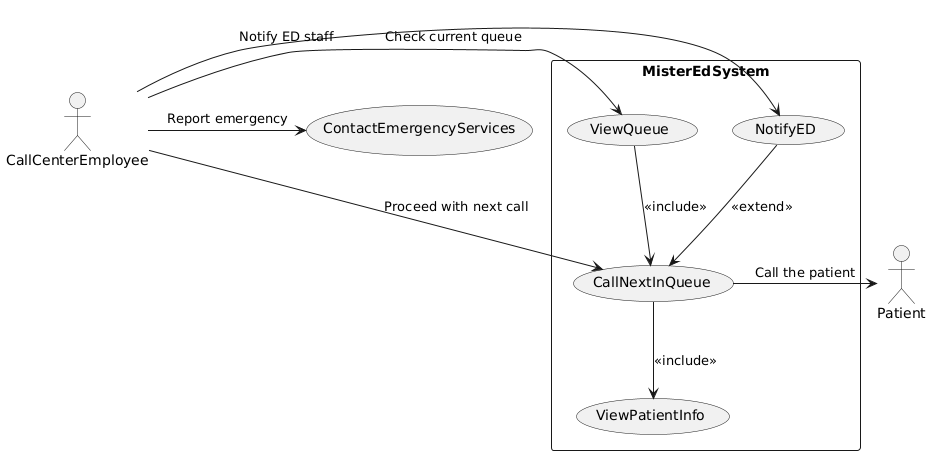
Above: CallCenter_UCD.png in SENG-350-2024-fall/Team7 (PlantUML), before the change.
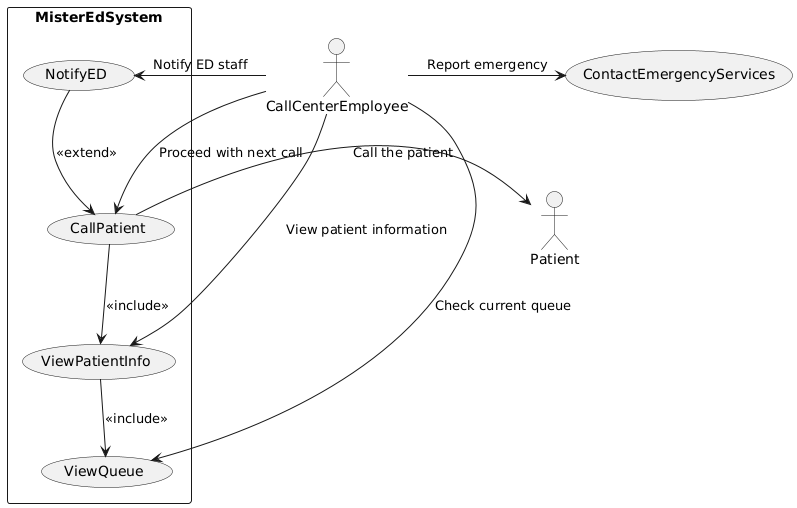
Later version of the same file.

Change to the diagram source:
```diff
@@ -5,7 +5,7 @@
 rectangle MisterEdSystem {
 
     usecase ViewQueue
-    usecase CallNextInQueue
+    usecase CallPatient
     usecase ViewPatientInfo
     usecase NotifyED
 
@@ -15,14 +15,16 @@
 
 
 CallCenterEmployee -> ViewQueue : "Check current queue"
-CallCenterEmployee -> CallNextInQueue : "Proceed with next call"
+CallCenterEmployee -> ViewPatientInfo: "View patient information"
+CallCenterEmployee -> CallPatient : "Proceed with next call"
 CallCenterEmployee -> NotifyED : "Notify ED staff"
 
 CallCenterEmployee -> ContactEmergencyServices : "Report emergency"
 
-ViewQueue --> CallNextInQueue : <<include>>
-CallNextInQueue --> ViewPatientInfo : <<include>>
-NotifyED --> CallNextInQueue : <<extend>>
 
-CallNextInQueue -> Patient: Call the patient
+ViewPatientInfo --> ViewQueue : <<include>>
+CallPatient --> ViewPatientInfo: <<include>>
+NotifyED --> CallPatient : <<extend>>
+
+CallPatient -> Patient: Call the patient
 @enduml
```
